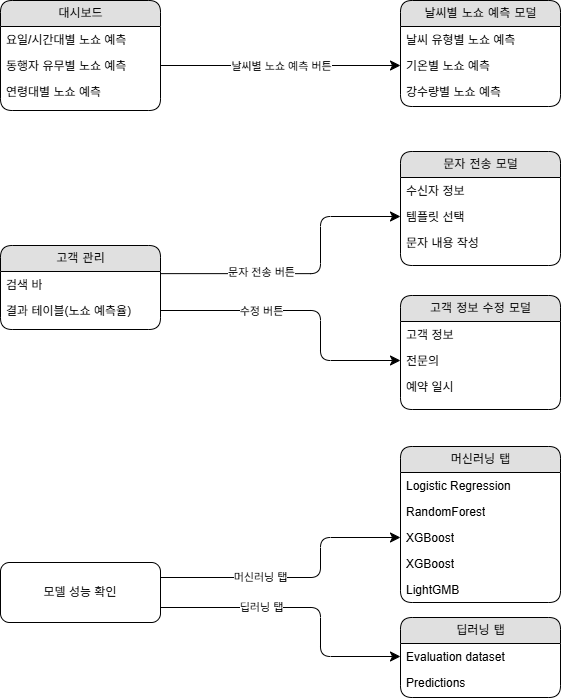
Earlier version of the draw.io export assets/images/user_flow.png (SKNETWORKS-FAMILY-AICAMP/SKN23-2nd-2Team). Source tidied: cells renumbered, new cells last; positions are measured from the earlier drawing's top-left corner, leaving out a move shared by most shapes.
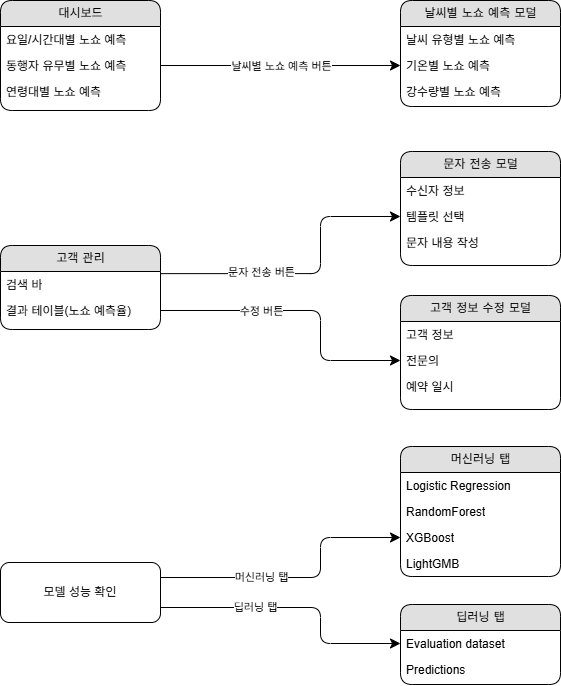
The same diagram one commit later.

Commit message:
화면 흐름도 수정

Change to the diagram source:
```diff
@@ -110,7 +110,7 @@
       <mxGeometry relative="1" as="geometry">
         <Array as="points">
           <mxPoint x="320" y="607" />
-          <mxPoint x="320" y="656" />
+          <mxPoint x="320" y="643" />
         </Array>
       </mxGeometry>
     </mxCell>
@@ -123,7 +123,7 @@
       <mxGeometry y="562" width="160" height="60" as="geometry" />
     </mxCell>
     <mxCell id="32" value="머신러닝 탭" style="swimlane;html=1;fontStyle=0;horizontal=1;startSize=26;fillColor=#e0e0e0;swimlaneFillColor=#ffffff;align=center;rounded=1;shadow=0;comic=0;labelBackgroundColor=none;strokeWidth=1;fontFamily=Verdana;fontSize=12;" parent="1" vertex="1">
-      <mxGeometry x="400" y="446" width="160" height="156" as="geometry" />
+      <mxGeometry x="400" y="446" width="160" height="130" as="geometry" />
     </mxCell>
     <mxCell id="33" value="Logistic Regression" style="text;html=1;strokeColor=none;fillColor=none;spacingLeft=4;spacingRight=4;whiteSpace=wrap;overflow=hidden;" parent="32" vertex="1">
       <mxGeometry y="26" width="160" height="26" as="geometry" />
@@ -134,14 +134,11 @@
     <mxCell id="35" value="XGBoost" style="text;html=1;strokeColor=none;fillColor=none;spacingLeft=4;spacingRight=4;whiteSpace=wrap;overflow=hidden;points=[[0,0.5],[1,0.5]];portConstraint=eastwest;" parent="32" vertex="1">
       <mxGeometry y="78" width="160" height="26" as="geometry" />
     </mxCell>
-    <mxCell id="36" value="XGBoost" style="text;html=1;strokeColor=none;fillColor=none;spacingLeft=4;spacingRight=4;whiteSpace=wrap;overflow=hidden;" parent="32" vertex="1">
-      <mxGeometry y="104" width="160" height="26" as="geometry" />
-    </mxCell>
     <mxCell id="37" value="LightGMB" style="text;html=1;strokeColor=none;fillColor=none;spacingLeft=4;spacingRight=4;whiteSpace=wrap;overflow=hidden;" parent="32" vertex="1">
-      <mxGeometry y="130" width="160" height="26" as="geometry" />
+      <mxGeometry y="104" width="160" height="26" as="geometry" />
     </mxCell>
     <mxCell id="38" value="딥러닝 탭" style="swimlane;html=1;fontStyle=0;horizontal=1;startSize=26;fillColor=#e0e0e0;swimlaneFillColor=#ffffff;align=center;rounded=1;shadow=0;comic=0;labelBackgroundColor=none;strokeWidth=1;fontFamily=Verdana;fontSize=12;" parent="1" vertex="1">
-      <mxGeometry x="400" y="617" width="160" height="80" as="geometry" />
+      <mxGeometry x="400" y="604" width="160" height="80" as="geometry" />
     </mxCell>
     <mxCell id="39" value="Evaluation dataset" style="text;html=1;strokeColor=none;fillColor=none;spacingLeft=4;spacingRight=4;whiteSpace=wrap;overflow=hidden;points=[[0,0.5],[1,0.5]];portConstraint=eastwest;" parent="38" vertex="1">
       <mxGeometry y="26" width="160" height="26" as="geometry" />
```
